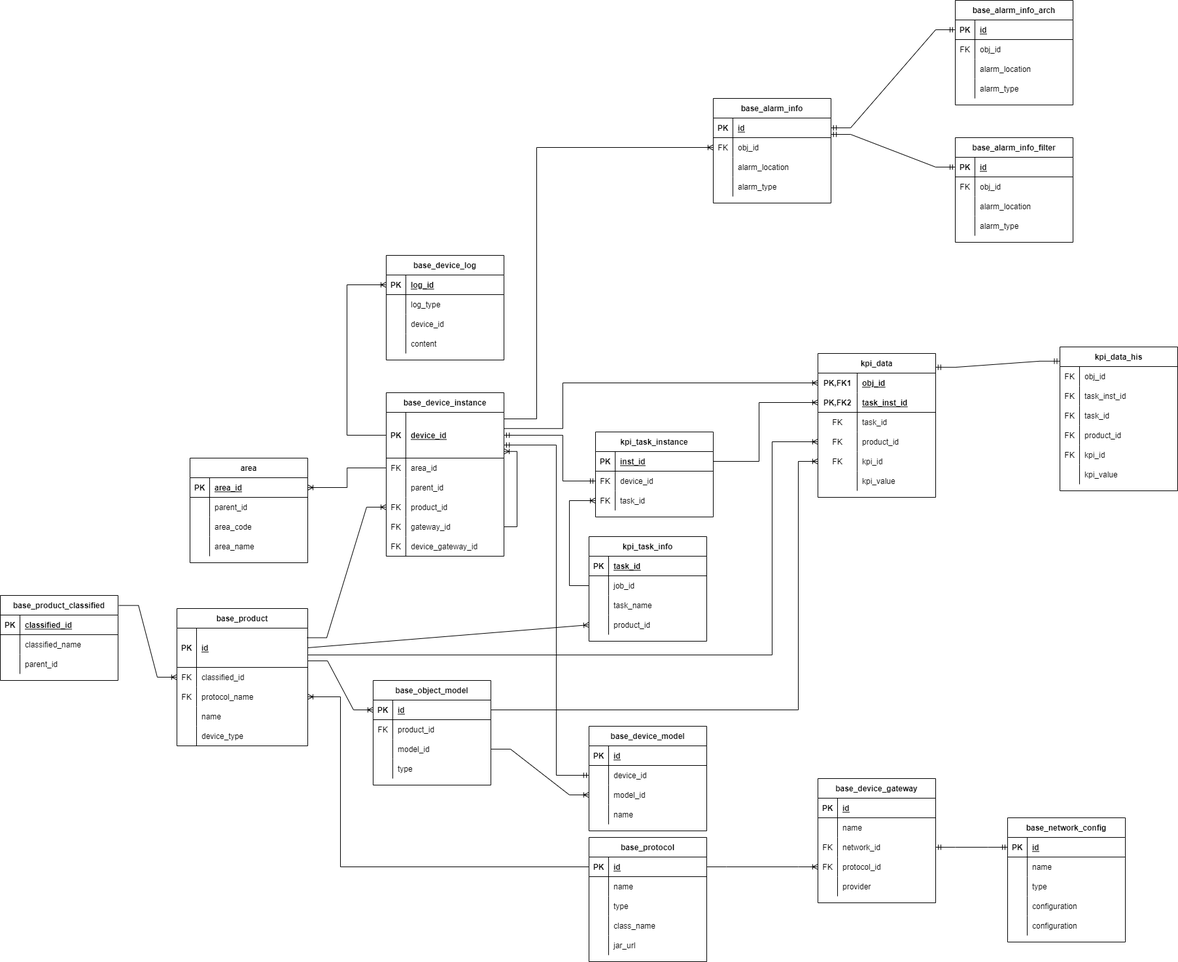
Earlier version of the draw.io export Untitled Diagram.drawio.png (liuyucai/springcloud-config). Source tidied: cells renumbered, new cells last; positions are measured from the earlier drawing's top-left corner, leaving out a move shared by most shapes.
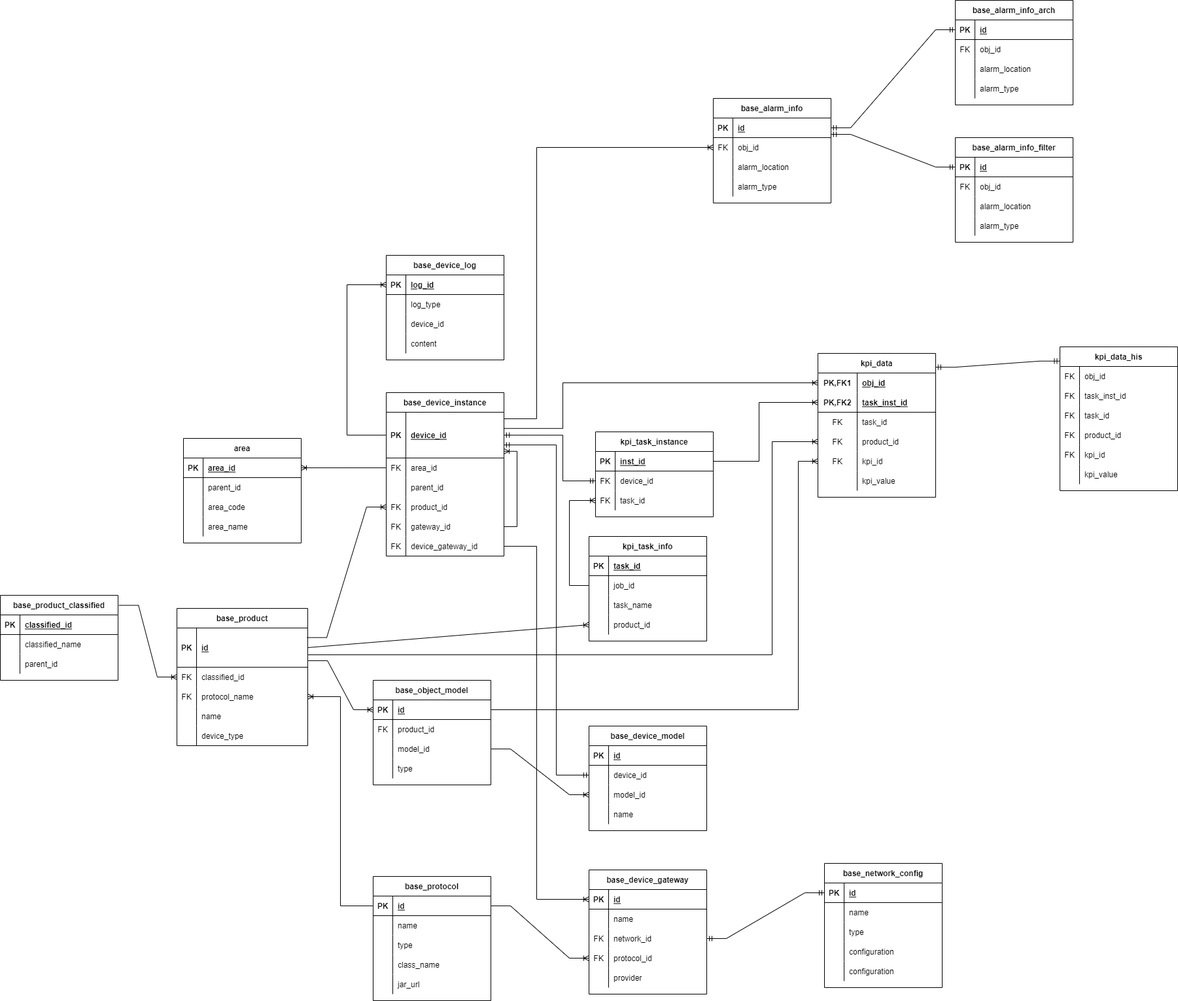
Above is the later version.

Diff of the diagram source:
```diff
@@ -118,7 +118,7 @@
       <mxGeometry relative="1" as="geometry" />
     </mxCell>
     <mxCell id="39" value="area" style="shape=table;startSize=30;rowLines=0;fontStyle=1;align=center;" parent="1" vertex="1">
-      <mxGeometry x="290" y="700" width="180" height="160" as="geometry" />
+      <mxGeometry x="280" y="670" width="180" height="160" as="geometry" />
     </mxCell>
     <mxCell id="40" style="shape=tableRow;horizontal=0;startSize=0;swimlaneHead=0;swimlaneBody=0;fillColor=none;points=[[0,0.5],[1,0.5]];portConstraint=eastwest;top=0;left=0;right=0;bottom=1;" parent="39" vertex="1">
       <mxGeometry y="30" width="180" height="30" as="geometry" />
@@ -235,7 +235,7 @@
       <mxGeometry relative="1" as="geometry" />
     </mxCell>
     <mxCell id="78" value="base_network_config" style="shape=table;startSize=30;rowLines=0;fontStyle=1;align=center;" parent="1" vertex="1">
-      <mxGeometry x="1540" y="1250" width="180" height="190" as="geometry" />
+      <mxGeometry x="1260" y="1320" width="180" height="190" as="geometry" />
     </mxCell>
     <mxCell id="79" style="shape=tableRow;horizontal=0;startSize=0;swimlaneHead=0;swimlaneBody=0;fillColor=none;points=[[0,0.5],[1,0.5]];portConstraint=eastwest;top=0;left=0;right=0;bottom=1;" parent="78" vertex="1">
       <mxGeometry y="30" width="180" height="30" as="geometry" />
@@ -283,7 +283,7 @@
       <mxGeometry x="30" width="150" height="30" as="geometry" />
     </mxCell>
     <mxCell id="94" value="base_protocol" style="shape=table;startSize=30;rowLines=0;fontStyle=1;align=center;" parent="1" vertex="1">
-      <mxGeometry x="900" y="1280" width="180" height="190" as="geometry" />
+      <mxGeometry x="570" y="1340" width="180" height="190" as="geometry" />
     </mxCell>
     <mxCell id="95" style="shape=tableRow;horizontal=0;startSize=0;swimlaneHead=0;swimlaneBody=0;fillColor=none;points=[[0,0.5],[1,0.5]];portConstraint=eastwest;top=0;left=0;right=0;bottom=1;" parent="94" vertex="1">
       <mxGeometry y="30" width="180" height="30" as="geometry" />
@@ -339,7 +339,7 @@
       </mxGeometry>
     </mxCell>
     <mxCell id="111" value="base_device_gateway" style="shape=table;startSize=30;rowLines=0;fontStyle=1;align=center;" parent="1" vertex="1">
-      <mxGeometry x="1250" y="1190" width="180" height="190" as="geometry" />
+      <mxGeometry x="900" y="1330" width="180" height="190" as="geometry" />
     </mxCell>
     <mxCell id="112" style="shape=tableRow;horizontal=0;startSize=0;swimlaneHead=0;swimlaneBody=0;fillColor=none;points=[[0,0.5],[1,0.5]];portConstraint=eastwest;top=0;left=0;right=0;bottom=1;" parent="111" vertex="1">
       <mxGeometry y="30" width="180" height="30" as="geometry" />
@@ -861,5 +861,12 @@
     <mxCell id="268" style="edgeStyle=entityRelationEdgeStyle;fontSize=12;html=1;endArrow=ERmandOne;startArrow=ERmandOne;rounded=0;exitX=0.999;exitY=0.096;exitDx=0;exitDy=0;exitPerimeter=0;entryX=-0.003;entryY=0.099;entryDx=0;entryDy=0;entryPerimeter=0;" parent="1" edge="1" source="224" target="243">
       <mxGeometry relative="1" as="geometry" />
     </mxCell>
+    <mxCell id="269" style="edgeStyle=elbowEdgeStyle;fontSize=12;html=1;endArrow=ERoneToMany;rounded=0;exitX=1;exitY=0.5;exitDx=0;exitDy=0;entryX=0;entryY=0.5;entryDx=0;entryDy=0;" parent="1" edge="1" source="34" target="112">
+      <mxGeometry relative="1" as="geometry">
+        <Array as="points">
+          <mxPoint x="820" y="1020" />
+        </Array>
+      </mxGeometry>
+    </mxCell>
   </root>
 </mxGraphModel>
```
